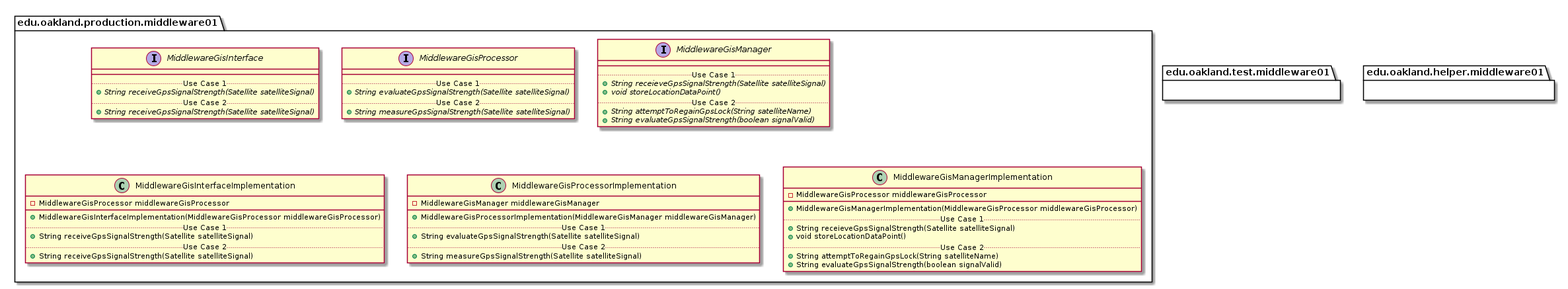
This is docs/uml-class-diagrams/middleware01/Middleware01Packages.png from andrewdimmer/csi-3370-software-project, a PlantUML export, as it was before one commit. Source of this version:
```plantuml
@startuml Middleware01Packages


package edu.oakland.production.middleware01 {

}


package edu.oakland.production.middleware01 {
    interface MiddlewareGisInterface {
        __
        .. Use Case 1 ..
        {abstract} + String receiveGpsSignalStrength(Satellite satelliteSignal)
        .. Use Case 2 ..
        {abstract} + String receiveGpsSignalStrength(Satellite satelliteSignal)
    }
}


package edu.oakland.production.middleware01 {
    interface MiddlewareGisProcessor {
        __
        .. Use Case 1 ..
        {abstract} + String evaluateGpsSignalStrength(Satellite satelliteSignal)
        .. Use Case 2 ..
        {abstract} + String measureGpsSignalStrength(Satellite satelliteSignal)
    }
}


package edu.oakland.production.middleware01 {
    interface MiddlewareGisManager {
        __
        .. Use Case 1 ..
        {abstract} + String receieveGpsSignalStrength(Satellite satelliteSignal)
        {abstract} + void storeLocationDataPoint()
        .. Use Case 2 ..
        {abstract} + String attemptToRegainGpsLock(String satelliteName)
        {abstract} + String evaluateGpsSignalStrength(boolean signalValid)
    }
}


package edu.oakland.production.middleware01 {
    class MiddlewareGisInterfaceImplementation {
        - MiddlewareGisProcessor middlewareGisProcessor
        __
        + MiddlewareGisInterfaceImplementation(MiddlewareGisProcessor middlewareGisProcessor)
        .. Use Case 1 ..
        + String receiveGpsSignalStrength(Satellite satelliteSignal)
        .. Use Case 2 ..
        + String receiveGpsSignalStrength(Satellite satelliteSignal)
    }
}


package edu.oakland.production.middleware01 {
    class MiddlewareGisProcessorImplementation {
        - MiddlewareGisManager middlewareGisManager
        __
        + MiddlewareGisProcessorImplementation(MiddlewareGisManager middlewareGisManager)
        .. Use Case 1 ..
        + String evaluateGpsSignalStrength(Satellite satelliteSignal)
        .. Use Case 2 ..
        + String measureGpsSignalStrength(Satellite satelliteSignal)
    }
}


package edu.oakland.production.middleware01 {
    class MiddlewareGisManagerImplementation {
        - MiddlewareGisProcessor middlewareGisProcessor
        __
        + MiddlewareGisManagerImplementation(MiddlewareGisProcessor middlewareGisProcessor)
        .. Use Case 1 ..
        + String receieveGpsSignalStrength(Satellite satelliteSignal)
        + void storeLocationDataPoint()
        .. Use Case 2 ..
        + String attemptToRegainGpsLock(String satelliteName)
        + String evaluateGpsSignalStrength(boolean signalValid)
    }
}



package edu.oakland.test.middleware01 {

}


package edu.oakland.helper.middleware01 {

}


@enduml
```
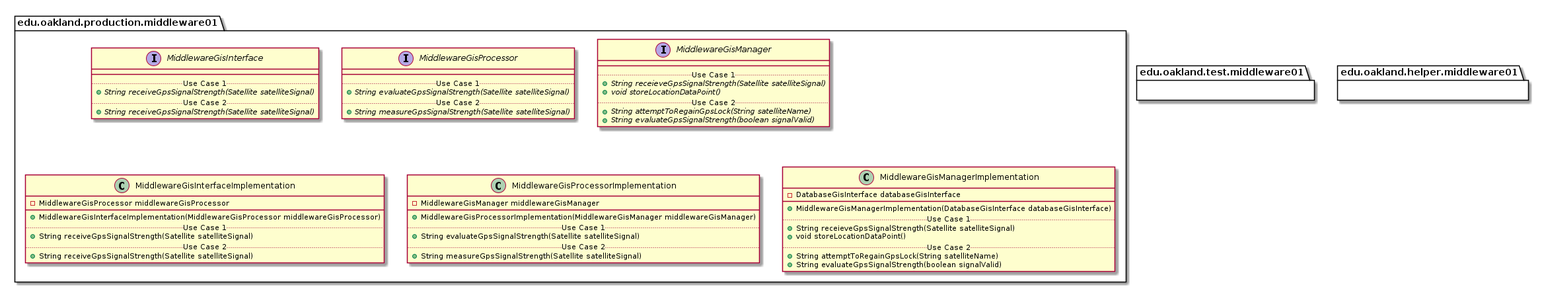
Later version of the same file.

Change to the diagram source:
```diff
@@ -69,9 +69,9 @@
 
 package edu.oakland.production.middleware01 {
     class MiddlewareGisManagerImplementation {
-        - MiddlewareGisProcessor middlewareGisProcessor
+        - DatabaseGisInterface databaseGisInterface
         __
-        + MiddlewareGisManagerImplementation(MiddlewareGisProcessor middlewareGisProcessor)
+        + MiddlewareGisManagerImplementation(DatabaseGisInterface databaseGisInterface)
         .. Use Case 1 ..
         + String receieveGpsSignalStrength(Satellite satelliteSignal)
         + void storeLocationDataPoint()
```
